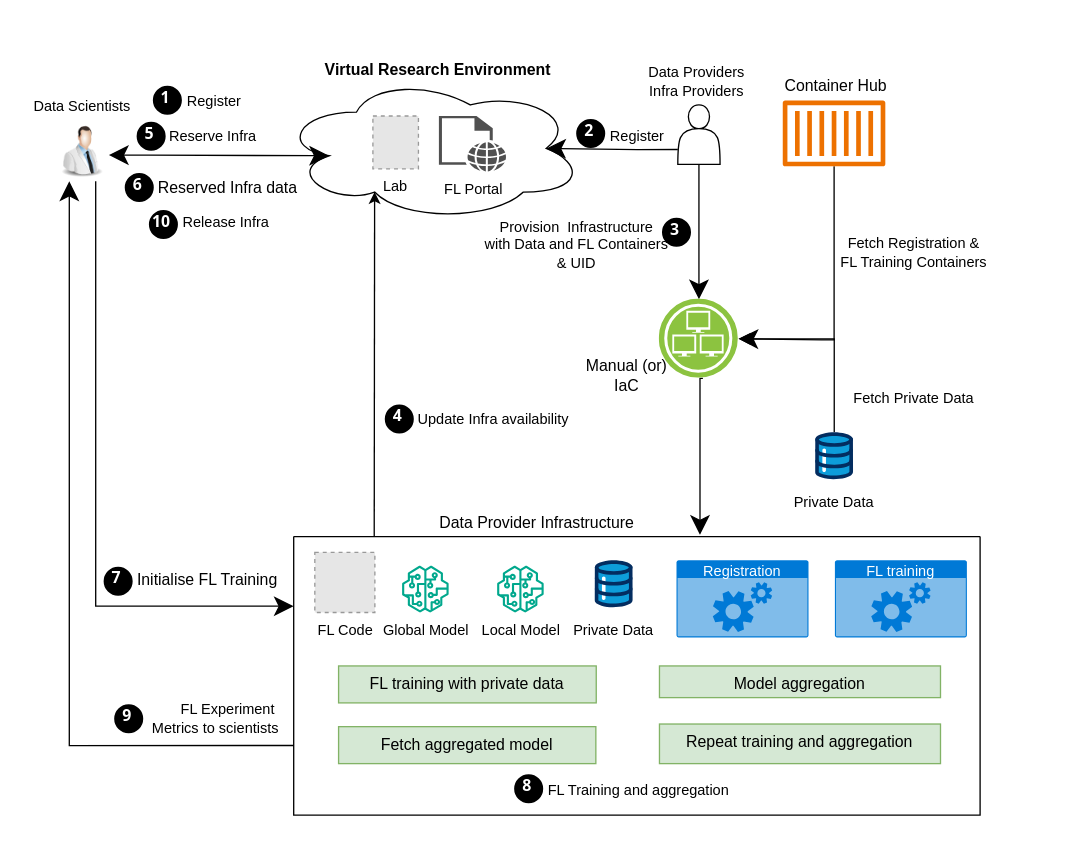
Before: Thesis/Workflow.drawio in anandanlk/Drawings, a draw.io diagram. Source tidied: cells renumbered, new cells numbered last; positions are measured from the earlier drawing's top-left corner, leaving out a move shared by most shapes. Both pictures are drawn from the tidied source at 132%, with x=0, y=0 at pixel (22, 22). Pictures stored in the file or linked from it are replaced by grey dashed boxes.
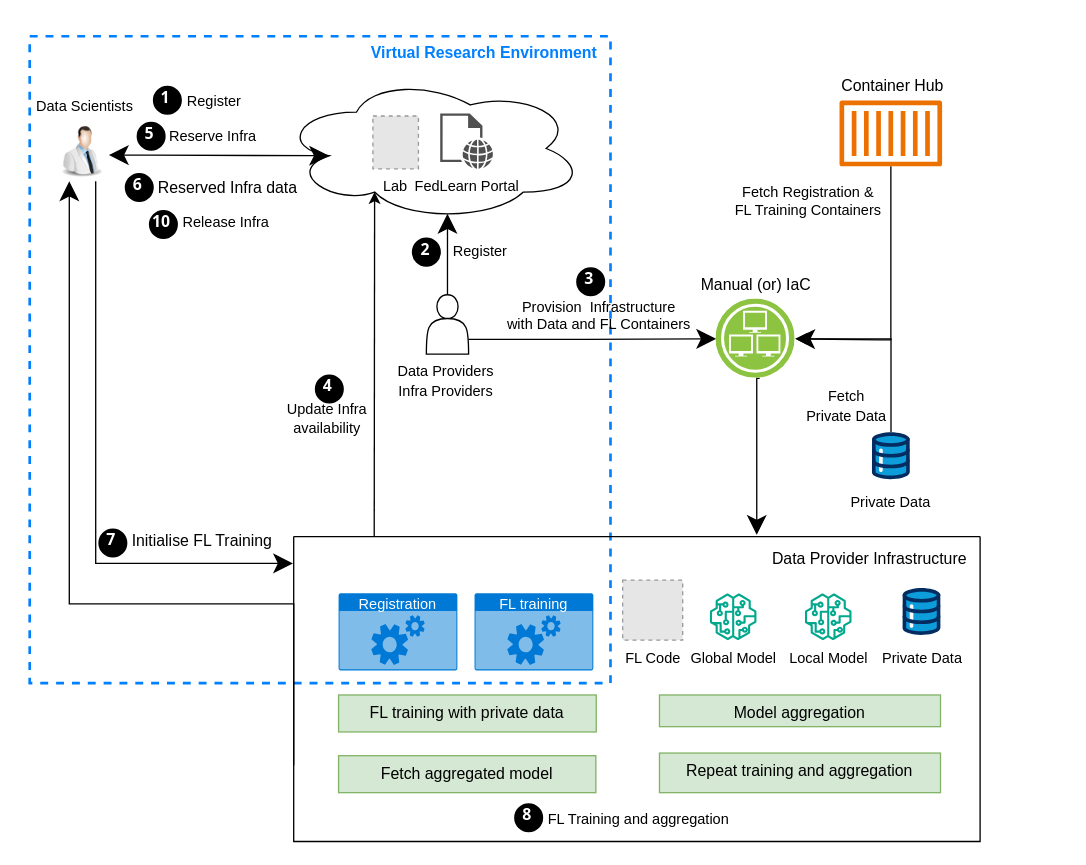
After the change.

Unchanged cells that the change refers to:
```xml
<mxCell id="2" style="image;html=1;image=img/lib/clip_art/people/Scientist_Man_128x128.png;" parent="1" vertex="1">
  <mxGeometry x="25" y="74.9" width="40" height="45" as="geometry" />
</mxCell>
<mxCell id="9" style="group;" parent="1" vertex="1">
  <mxGeometry x="215" width="210" height="160" as="geometry" />
</mxCell>
<mxCell id="10" style="ellipse;shape=cloud;whiteSpace=wrap;html=1;" parent="9" vertex="1">
  <mxGeometry x="-20" y="40" width="230" height="110" as="geometry" />
</mxCell>
```

The edit, as a diff of the source:
```diff
@@
+    <mxCell id="61" style="rounded=0;whiteSpace=wrap;html=1;fillColor=none;strokeColor=#007FFF;strokeWidth=2;dashed=1;" parent="1" vertex="1">
+      <mxGeometry x="5" y="10" width="440" height="490" as="geometry" />
+    </mxCell>
@@
     <mxCell id="4" style="group;" parent="1" vertex="1">
-      <mxGeometry x="469.5" y="62" width="85" height="71" as="geometry" />
+      <mxGeometry x="354" y="204.8" width="85" height="69" as="geometry" />
     </mxCell>
     <mxCell id="5" style="shape=actor;whiteSpace=wrap;html=1;" parent="4" vertex="1">
-      <mxGeometry x="26.5" width="32" height="45" as="geometry" />
+      <mxGeometry x="-48.5" y="1" width="32" height="45" as="geometry" />
     </mxCell>
     <mxCell id="6" style="edgeStyle=orthogonalEdgeStyle;rounded=0;orthogonalLoop=1;jettySize=auto;html=1;exitX=0.5;exitY=1;exitDx=0;exitDy=0;entryX=0.622;entryY=-0.007;entryDx=0;entryDy=0;entryPerimeter=0;endSize=12;startSize=12;" parent="1" edge="1">
       <mxGeometry relative="1" as="geometry">
-        <mxPoint x="515" y="269.2" as="sourcePoint" />
-        <mxPoint x="512.8" y="387.7" as="targetPoint" />
+        <mxPoint x="558" y="269.2" as="sourcePoint" />
+        <mxPoint x="555.8" y="387.7" as="targetPoint" />
         <Array as="points">
-          <mxPoint x="513" y="269" />
+          <mxPoint x="556" y="269" />
         </Array>
       </mxGeometry>
     </mxCell>
-    <mxCell id="7" value="Update Infra availability" style="edgeLabel;html=1;align=center;verticalAlign=middle;labelBackgroundColor=none;" parent="6" vertex="1">
+    <mxCell id="7" value="Update Infra&lt;div&gt;availability&lt;/div&gt;" style="edgeLabel;html=1;align=center;verticalAlign=middle;labelBackgroundColor=none;" parent="6" vertex="1">
       <mxGeometry x="-0.18" relative="1" as="geometry">
-        <mxPoint x="-157" y="-16" as="offset" />
+        <mxPoint x="-326" y="-16" as="offset" />
       </mxGeometry>
     </mxCell>
-    <mxCell id="8" value="FL Experiment&amp;nbsp;&lt;div&gt;Metrics to scientists&lt;/div&gt;" style="text;html=1;align=right;verticalAlign=middle;whiteSpace=wrap;rounded=0;fontSize=11;" parent="1" vertex="1">
-      <mxGeometry x="56" y="517" width="140" height="20" as="geometry" />
-    </mxCell>
@@
-    <mxCell id="12" value="&lt;font style=&quot;font-size: 11px;&quot;&gt;FL Portal&lt;/font&gt;" style="sketch=0;shadow=0;dashed=0;html=1;strokeColor=none;fillColor=#505050;labelPosition=center;verticalLabelPosition=bottom;verticalAlign=top;align=center;shape=mxgraph.office.concepts.web_page;" parent="9" vertex="1">
-      <mxGeometry x="100" y="70.4" width="51" height="42" as="geometry" />
+    <mxCell id="12" value="&lt;font style=&quot;font-size: 11px;&quot;&gt;FedLearn Portal&lt;/font&gt;" style="sketch=0;shadow=0;dashed=0;html=1;strokeColor=none;fillColor=#505050;labelPosition=center;verticalLabelPosition=bottom;verticalAlign=top;align=center;shape=mxgraph.office.concepts.web_page;" parent="9" vertex="1">
+      <mxGeometry x="101" y="68.4" width="40" height="42" as="geometry" />
     </mxCell>
-    <mxCell id="13" value="&lt;b&gt;Virtual Research Environment&lt;/b&gt;" style="text;html=1;align=center;verticalAlign=middle;whiteSpace=wrap;rounded=0;" parent="9" vertex="1">
-      <mxGeometry x="10.3" y="19" width="179.4" height="34.3" as="geometry" />
+    <mxCell id="13" value="&lt;b&gt;Virtual Research Environment&lt;/b&gt;" style="text;html=1;align=center;verticalAlign=middle;whiteSpace=wrap;rounded=0;fontColor=#007FFF;" parent="9" vertex="1">
+      <mxGeometry x="45.3" y="6" width="179.4" height="34.3" as="geometry" />
     </mxCell>
@@
-    <mxCell id="15" style="edgeStyle=orthogonalEdgeStyle;rounded=0;jettySize=auto;html=1;exitX=0;exitY=0.75;exitDx=0;exitDy=0;entryX=0.875;entryY=0.5;entryDx=0;entryDy=0;entryPerimeter=0;endSize=12;startSize=12;" parent="1" edge="1" source="5" target="10">
+    <mxCell id="15" style="edgeStyle=orthogonalEdgeStyle;rounded=0;jettySize=auto;html=1;exitX=0.5;exitY=0;exitDx=0;exitDy=0;entryX=0.55;entryY=0.95;entryDx=0;entryDy=0;entryPerimeter=0;endSize=12;startSize=12;" parent="1" edge="1" source="5" target="10">
       <mxGeometry relative="1" as="geometry" />
     </mxCell>
     <mxCell id="16" value="Register" style="edgeLabel;html=1;align=center;verticalAlign=middle;labelBackgroundColor=none;" parent="15" vertex="1">
       <mxGeometry x="-0.2" relative="1" as="geometry">
-        <mxPoint x="8" y="-10" as="offset" />
+        <mxPoint x="24" y="-8" as="offset" />
       </mxGeometry>
     </mxCell>
     <mxCell id="17" style="edgeStyle=orthogonalEdgeStyle;rounded=0;jettySize=auto;html=1;entryX=1;entryY=0.5;entryDx=0;entryDy=0;endSize=12;startSize=12;" parent="1" edge="1" source="44" target="42">
       <mxGeometry relative="1" as="geometry">
         <Array as="points">
-          <mxPoint x="614" y="240" />
-          <mxPoint x="605" y="240" />
+          <mxPoint x="657" y="240" />
+          <mxPoint x="648" y="240" />
         </Array>
       </mxGeometry>
     </mxCell>
-    <mxCell id="18" style="edgeStyle=orthogonalEdgeStyle;rounded=0;jettySize=auto;html=1;exitX=0.5;exitY=1;exitDx=0;exitDy=0;entryX=0.5;entryY=0;entryDx=0;entryDy=0;endSize=12;startSize=12;" parent="1" edge="1" source="5" target="42">
+    <mxCell id="18" style="edgeStyle=orthogonalEdgeStyle;rounded=0;jettySize=auto;html=1;exitX=1;exitY=0.75;exitDx=0;exitDy=0;entryX=0;entryY=0.5;entryDx=0;entryDy=0;endSize=12;startSize=12;" parent="1" edge="1" source="5" target="42">
       <mxGeometry relative="1" as="geometry" />
     </mxCell>
-    <mxCell id="19" value="Provision&amp;nbsp;&amp;nbsp;&lt;span style=&quot;background-color: initial;&quot;&gt;Infrastructure&lt;/span&gt;&lt;div&gt;&lt;span style=&quot;background-color: initial;&quot;&gt;with Data and FL Containers&lt;/span&gt;&lt;/div&gt;&lt;div&gt;&amp;amp; UID&lt;br&gt;&lt;div&gt;&lt;br&gt;&lt;/div&gt;&lt;/div&gt;" style="edgeLabel;html=1;align=center;verticalAlign=middle;labelBackgroundColor=none;" parent="18" vertex="1">
+    <mxCell id="19" value="Provision&amp;nbsp;&amp;nbsp;&lt;span style=&quot;background-color: initial;&quot;&gt;Infrastructure&lt;/span&gt;&lt;div&gt;&lt;span style=&quot;background-color: initial;&quot;&gt;with Data and FL Containers&lt;/span&gt;&lt;/div&gt;&lt;div&gt;&lt;div&gt;&lt;br&gt;&lt;/div&gt;&lt;/div&gt;" style="edgeLabel;html=1;align=center;verticalAlign=middle;labelBackgroundColor=none;" parent="18" vertex="1">
       <mxGeometry x="-0.14" y="-2" relative="1" as="geometry">
-        <mxPoint x="-92" y="23" as="offset" />
+        <mxPoint x="17" y="-14" as="offset" />
       </mxGeometry>
     </mxCell>
     <mxCell id="20" style="edgeStyle=orthogonalEdgeStyle;rounded=0;jettySize=auto;html=1;entryX=1;entryY=0.5;entryDx=0;entryDy=0;" parent="1" edge="1" source="21" target="42">
       <mxGeometry relative="1" as="geometry">
         <Array as="points">
-          <mxPoint x="614" y="239" />
+          <mxPoint x="657" y="239" />
         </Array>
       </mxGeometry>
     </mxCell>
     <mxCell id="21" value="Private Data" style="verticalLabelPosition=bottom;html=1;shape=mxgraph.salesforce.data;fontSize=11;" parent="1" vertex="1">
-      <mxGeometry x="600" y="310" width="28.8" height="35.5" as="geometry" />
+      <mxGeometry x="643" y="310" width="28.8" height="35.5" as="geometry" />
     </mxCell>
-    <mxCell id="22" value="Data Provider Infrastructure" style="text;html=1;align=center;verticalAlign=middle;whiteSpace=wrap;rounded=0;" parent="1" vertex="1">
-      <mxGeometry x="295.5" y="369" width="186.5" height="20" as="geometry" />
-    </mxCell>
     <mxCell id="23" style="edgeStyle=orthogonalEdgeStyle;rounded=0;jettySize=auto;html=1;exitX=0;exitY=0.75;exitDx=0;exitDy=0;entryX=0.25;entryY=1;entryDx=0;entryDy=0;endSize=12;startSize=12;" parent="1" edge="1" source="25" target="2">
-      <mxGeometry relative="1" as="geometry" />
+      <mxGeometry relative="1" as="geometry">
+        <Array as="points">
+          <mxPoint x="205" y="440" />
+          <mxPoint x="35" y="440" />
+        </Array>
+      </mxGeometry>
     </mxCell>
-    <mxCell id="24" style="edgeStyle=orthogonalEdgeStyle;rounded=0;jettySize=auto;html=1;exitX=0;exitY=0.25;exitDx=0;exitDy=0;entryX=0.75;entryY=1;entryDx=0;entryDy=0;startArrow=classic;startFill=1;endArrow=none;endFill=0;endSize=12;startSize=12;" parent="1" edge="1" source="25" target="2">
+    <mxCell id="24" style="edgeStyle=orthogonalEdgeStyle;rounded=0;jettySize=auto;html=1;exitX=-0.001;exitY=0.088;exitDx=0;exitDy=0;entryX=0.75;entryY=1;entryDx=0;entryDy=0;startArrow=classic;startFill=1;endArrow=none;endFill=0;endSize=12;startSize=12;exitPerimeter=0;" parent="1" edge="1" source="25" target="2">
       <mxGeometry relative="1" as="geometry" />
     </mxCell>
     <mxCell id="25" style="swimlane;startSize=0;" parent="1" vertex="1">
-      <mxGeometry x="205" y="389" width="520" height="211" as="geometry" />
+      <mxGeometry x="205" y="389" width="520" height="231" as="geometry" />
     </mxCell>
     <mxCell id="26" value="Private Data" style="verticalLabelPosition=bottom;html=1;shape=mxgraph.salesforce.data;fontSize=11;" parent="25" vertex="1">
-      <mxGeometry x="228" y="18" width="28.8" height="35.5" as="geometry" />
+      <mxGeometry x="461.2" y="39" width="28.8" height="35.5" as="geometry" />
     </mxCell>
     <mxCell id="27" value="FL Code" style="fillColor=#E6E6E6;strokeColor=#999999;dashed=1;html=1;verticalAlign=top;verticalLabelPosition=bottom;labelBackgroundColor=none;fontSize=11;" parent="25" vertex="1">
-      <mxGeometry x="16" y="12" width="45.5" height="45.5" as="geometry" />
+      <mxGeometry x="249.2" y="33" width="45.5" height="45.5" as="geometry" />
     </mxCell>
     <mxCell id="28" value="&lt;font color=&quot;#000000&quot; style=&quot;font-size: 11px;&quot;&gt;Global Model&lt;/font&gt;" style="sketch=0;fontColor=#232F3E;gradientColor=none;fillColor=#01A88D;strokeColor=none;dashed=0;verticalLabelPosition=bottom;verticalAlign=top;align=center;html=1;fontSize=11;fontStyle=0;shape=mxgraph.aws4.sagemaker_model;" parent="25" vertex="1">
-      <mxGeometry x="82" y="22" width="35.5" height="35.5" as="geometry" />
+      <mxGeometry x="315.2" y="43" width="35.5" height="35.5" as="geometry" />
     </mxCell>
     <mxCell id="29" value="&lt;font color=&quot;#000000&quot; style=&quot;font-size: 11px;&quot;&gt;Local Model&lt;/font&gt;" style="sketch=0;fontColor=#232F3E;gradientColor=none;fillColor=#01A88D;strokeColor=none;dashed=0;verticalLabelPosition=bottom;verticalAlign=top;align=center;html=1;fontSize=11;fontStyle=0;shape=mxgraph.aws4.sagemaker_model;" parent="25" vertex="1">
-      <mxGeometry x="154" y="22" width="35.5" height="35.5" as="geometry" />
+      <mxGeometry x="387.2" y="43" width="35.5" height="35.5" as="geometry" />
     </mxCell>
     <mxCell id="30" value="FL training with private data" style="text;html=1;align=center;verticalAlign=top;whiteSpace=wrap;rounded=0;spacingTop=0;spacing=2;fontSize=12;fillColor=#d5e8d4;strokeColor=#82b366;" parent="25" vertex="1">
-      <mxGeometry x="34" y="98" width="195.2" height="28" as="geometry" />
+      <mxGeometry x="34" y="120" width="195.2" height="28" as="geometry" />
     </mxCell>
     <mxCell id="31" value="Model aggregation" style="text;html=1;align=center;verticalAlign=top;whiteSpace=wrap;rounded=0;spacingTop=0;spacing=2;fontSize=12;fillColor=#d5e8d4;strokeColor=#82b366;" parent="25" vertex="1">
-      <mxGeometry x="277.1" y="98" width="212.9" height="24" as="geometry" />
+      <mxGeometry x="277.1" y="120" width="212.9" height="24" as="geometry" />
     </mxCell>
     <mxCell id="32" value="Fetch aggregated model" style="text;html=1;align=center;verticalAlign=top;whiteSpace=wrap;rounded=0;spacingTop=0;spacing=2;fontSize=12;fillColor=#d5e8d4;strokeColor=#82b366;" parent="25" vertex="1">
-      <mxGeometry x="34" y="144" width="194.9" height="28" as="geometry" />
+      <mxGeometry x="34" y="166" width="194.9" height="28" as="geometry" />
     </mxCell>
     <mxCell id="33" value="Repeat training and aggregation" style="text;html=1;align=center;verticalAlign=top;whiteSpace=wrap;rounded=0;spacingTop=0;spacing=2;fontSize=12;fillColor=#d5e8d4;strokeColor=#82b366;" parent="25" vertex="1">
-      <mxGeometry x="277.1" y="142" width="212.9" height="30" as="geometry" />
+      <mxGeometry x="277.1" y="164" width="212.9" height="30" as="geometry" />
     </mxCell>
+    <mxCell id="36" value="FL Training and aggregation" style="edgeLabel;html=1;align=center;verticalAlign=middle;labelBackgroundColor=none;" parent="25" vertex="1">
+      <mxGeometry x="260.4" y="213" as="geometry" />
+    </mxCell>
+    <mxCell id="37" value="8" style="ellipse;whiteSpace=wrap;html=1;strokeWidth=2;fontFamily=Tahoma;spacingBottom=4;spacingRight=2;fillColor=#000000;fontColor=#FFFFFF;fontStyle=1;" parent="25" vertex="1">
+      <mxGeometry x="168" y="203" width="20" height="20" as="geometry" />
+    </mxCell>
     <mxCell id="34" value="&lt;font style=&quot;font-size: 11px;&quot;&gt;Registration&lt;/font&gt;" style="html=1;whiteSpace=wrap;strokeColor=none;fillColor=#0079D6;labelPosition=center;verticalLabelPosition=middle;verticalAlign=top;align=center;fontSize=12;spacingTop=-6;fontColor=#FFFFFF;sketch=0;shape=mxgraph.sitemap.services;" parent="25" vertex="1">
-      <mxGeometry x="290" y="18" width="100" height="58.4" as="geometry" />
+      <mxGeometry x="34" y="43" width="90" height="58.4" as="geometry" />
     </mxCell>
     <mxCell id="35" value="&lt;font style=&quot;font-size: 11px;&quot;&gt;FL training&lt;/font&gt;" style="html=1;whiteSpace=wrap;strokeColor=none;fillColor=#0079D6;labelPosition=center;verticalLabelPosition=middle;verticalAlign=top;align=center;fontSize=12;spacingTop=-6;fontColor=#FFFFFF;sketch=0;shape=mxgraph.sitemap.services;" parent="25" vertex="1">
-      <mxGeometry x="410" y="18" width="100" height="58.4" as="geometry" />
+      <mxGeometry x="137" y="43" width="90" height="58.4" as="geometry" />
     </mxCell>
-    <mxCell id="36" value="FL Training and aggregation" style="edgeLabel;html=1;align=center;verticalAlign=middle;labelBackgroundColor=none;" parent="25" vertex="1">
-      <mxGeometry x="260.4" y="191" as="geometry" />
-    </mxCell>
-    <mxCell id="37" value="8" style="ellipse;whiteSpace=wrap;html=1;strokeWidth=2;fontFamily=Tahoma;spacingBottom=4;spacingRight=2;fillColor=#000000;fontColor=#FFFFFF;fontStyle=1;" parent="25" vertex="1">
-      <mxGeometry x="168" y="181" width="20" height="20" as="geometry" />
-    </mxCell>
+    <mxCell id="22" value="Data Provider Infrastructure" style="text;html=1;align=center;verticalAlign=middle;whiteSpace=wrap;rounded=0;" parent="25" vertex="1">
+      <mxGeometry x="343" y="7" width="186.5" height="20" as="geometry" />
+    </mxCell>
     <mxCell id="38" value="&lt;span style=&quot;color: rgb(0, 0, 0); font-family: Helvetica; font-style: normal; font-variant-ligatures: normal; font-variant-caps: normal; font-weight: 400; letter-spacing: normal; orphans: 2; text-indent: 0px; text-transform: none; widows: 2; word-spacing: 0px; -webkit-text-stroke-width: 0px; white-space: nowrap; background-color: rgb(255, 255, 255); text-decoration-thickness: initial; text-decoration-style: initial; text-decoration-color: initial; float: none; display: inline !important;&quot;&gt;&lt;font style=&quot;font-size: 11px;&quot;&gt;Data Scientists&lt;/font&gt;&lt;/span&gt;" style="text;whiteSpace=wrap;html=1;align=center;verticalAlign=middle;" parent="1" vertex="1">
-      <mxGeometry y="52.5" width="90" height="20" as="geometry" />
+      <mxGeometry x="2" y="52.5" width="90" height="20" as="geometry" />
     </mxCell>
     <mxCell id="39" value="&lt;font style=&quot;font-size: 11px;&quot;&gt;Data Providers&lt;/font&gt;&lt;div&gt;&lt;span style=&quot;font-size: 11px;&quot;&gt;Infra Providers&lt;/span&gt;&lt;/div&gt;" style="text;html=1;align=center;verticalAlign=middle;whiteSpace=wrap;rounded=0;" parent="1" vertex="1">
-      <mxGeometry x="467.6" y="31" width="85" height="25" as="geometry" />
+      <mxGeometry x="277.5" y="258" width="85" height="25" as="geometry" />
     </mxCell>
     <mxCell id="40" value="Initialise FL Training" style="text;html=1;align=right;verticalAlign=middle;whiteSpace=wrap;rounded=0;fontSize=12;" parent="1" vertex="1">
-      <mxGeometry x="55" y="412" width="140" height="20" as="geometry" />
+      <mxGeometry x="51" y="383" width="140" height="20" as="geometry" />
     </mxCell>
@@
     <mxCell id="42" style="image;perimeter=ellipsePerimeter;html=1;align=center;shadow=0;dashed=0;fontColor=#4277BB;labelBackgroundColor=default;fontSize=12;spacingTop=3;image=img/lib/ibm/infrastructure/infrastructure_services.svg;" parent="1" vertex="1">
-      <mxGeometry x="482" y="209.2" width="60" height="60" as="geometry" />
+      <mxGeometry x="525" y="209.2" width="60" height="60" as="geometry" />
     </mxCell>
     <mxCell id="43" value="Manual (or) IaC" style="text;html=1;align=center;verticalAlign=middle;whiteSpace=wrap;rounded=0;" parent="1" vertex="1">
-      <mxGeometry x="415" y="252" width="84.6" height="30" as="geometry" />
+      <mxGeometry x="506.5" y="183.5" width="97" height="30" as="geometry" />
     </mxCell>
     <mxCell id="44" style="sketch=0;outlineConnect=0;fontColor=#232F3E;gradientColor=none;fillColor=#ED7100;strokeColor=none;dashed=0;verticalLabelPosition=bottom;verticalAlign=top;align=center;html=1;fontSize=12;fontStyle=0;shape=mxgraph.aws4.container_1;" parent="1" vertex="1">
-      <mxGeometry x="575.5" y="58.5" width="77.7" height="50.2" as="geometry" />
+      <mxGeometry x="618.5" y="58.5" width="77.7" height="50.2" as="geometry" />
     </mxCell>
     <mxCell id="45" value="Container Hub" style="text;html=1;align=center;verticalAlign=middle;whiteSpace=wrap;rounded=0;" parent="1" vertex="1">
-      <mxGeometry x="576.4" y="33" width="80" height="30" as="geometry" />
+      <mxGeometry x="619.4" y="33" width="80" height="30" as="geometry" />
     </mxCell>
     <mxCell id="46" value="&lt;div style=&quot;font-size: 11px; text-wrap: nowrap;&quot;&gt;&lt;br&gt;&lt;/div&gt;" style="text;html=1;align=center;verticalAlign=middle;whiteSpace=wrap;rounded=0;" parent="1" vertex="1">
-      <mxGeometry x="635" y="119.9" width="130" height="70" as="geometry" />
+      <mxGeometry x="659" y="119.9" width="130" height="70" as="geometry" />
     </mxCell>
-    <mxCell id="47" value="&lt;span style=&quot;font-size: 11px; text-wrap: nowrap;&quot;&gt;Fetch Private Data&lt;/span&gt;" style="text;html=1;align=center;verticalAlign=middle;whiteSpace=wrap;rounded=0;" parent="1" vertex="1">
-      <mxGeometry x="645" y="269.2" width="60" height="30" as="geometry" />
+    <mxCell id="47" value="&lt;span style=&quot;font-size: 11px; text-wrap: nowrap;&quot;&gt;Fetch&lt;/span&gt;&lt;div&gt;&lt;span style=&quot;font-size: 11px; text-wrap: nowrap;&quot;&gt;Private Data&lt;/span&gt;&lt;/div&gt;" style="text;html=1;align=center;verticalAlign=middle;whiteSpace=wrap;rounded=0;" parent="1" vertex="1">
+      <mxGeometry x="594" y="275" width="60" height="30" as="geometry" />
     </mxCell>
     <mxCell id="48" value="&lt;div style=&quot;text-wrap: nowrap; font-size: 11px;&quot;&gt;Fetch Registration &amp;amp;&lt;/div&gt;&lt;div style=&quot;text-wrap: nowrap; font-size: 11px;&quot;&gt;FL Training Containers&lt;/div&gt;" style="text;html=1;align=center;verticalAlign=middle;whiteSpace=wrap;rounded=0;" parent="1" vertex="1">
-      <mxGeometry x="645" y="158.5" width="60" height="30" as="geometry" />
+      <mxGeometry x="565" y="119.9" width="60" height="30" as="geometry" />
     </mxCell>
@@
     <mxCell id="50" value="2" style="ellipse;whiteSpace=wrap;html=1;strokeWidth=2;fontFamily=Tahoma;spacingBottom=4;spacingRight=2;fillColor=#000000;fontColor=#FFFFFF;fontStyle=1;" parent="1" vertex="1">
-      <mxGeometry x="420" y="73.6" width="20" height="20" as="geometry" />
+      <mxGeometry x="295.5" y="163.5" width="20" height="20" as="geometry" />
     </mxCell>
     <mxCell id="51" value="4" style="ellipse;whiteSpace=wrap;html=1;strokeWidth=2;fontFamily=Tahoma;spacingBottom=4;spacingRight=2;fillColor=#000000;fontColor=#FFFFFF;fontStyle=1;" parent="1" vertex="1">
-      <mxGeometry x="275" y="290" width="20" height="20" as="geometry" />
+      <mxGeometry x="222" y="267.2" width="20" height="20" as="geometry" />
     </mxCell>
-    <mxCell id="52" value="9" style="ellipse;whiteSpace=wrap;html=1;strokeWidth=2;fontFamily=Tahoma;spacingBottom=4;spacingRight=2;fillColor=#000000;fontColor=#FFFFFF;fontStyle=1;" parent="1" vertex="1">
-      <mxGeometry x="70" y="517" width="20" height="20" as="geometry" />
-    </mxCell>
@@
     <mxCell id="55" value="3" style="ellipse;whiteSpace=wrap;html=1;strokeWidth=2;fontFamily=Tahoma;spacingBottom=4;spacingRight=2;fillColor=#000000;fontColor=#FFFFFF;fontStyle=1;" parent="1" vertex="1">
-      <mxGeometry x="485" y="148.5" width="20" height="20" as="geometry" />
+      <mxGeometry x="420" y="186" width="20" height="20" as="geometry" />
     </mxCell>
@@
     <mxCell id="58" value="7" style="ellipse;whiteSpace=wrap;html=1;strokeWidth=2;fontFamily=Tahoma;spacingBottom=4;spacingRight=2;fillColor=#000000;fontColor=#FFFFFF;fontStyle=1;" parent="1" vertex="1">
-      <mxGeometry x="62" y="412.8" width="20" height="20" as="geometry" />
+      <mxGeometry x="58" y="383.8" width="20" height="20" as="geometry" />
     </mxCell>
```
